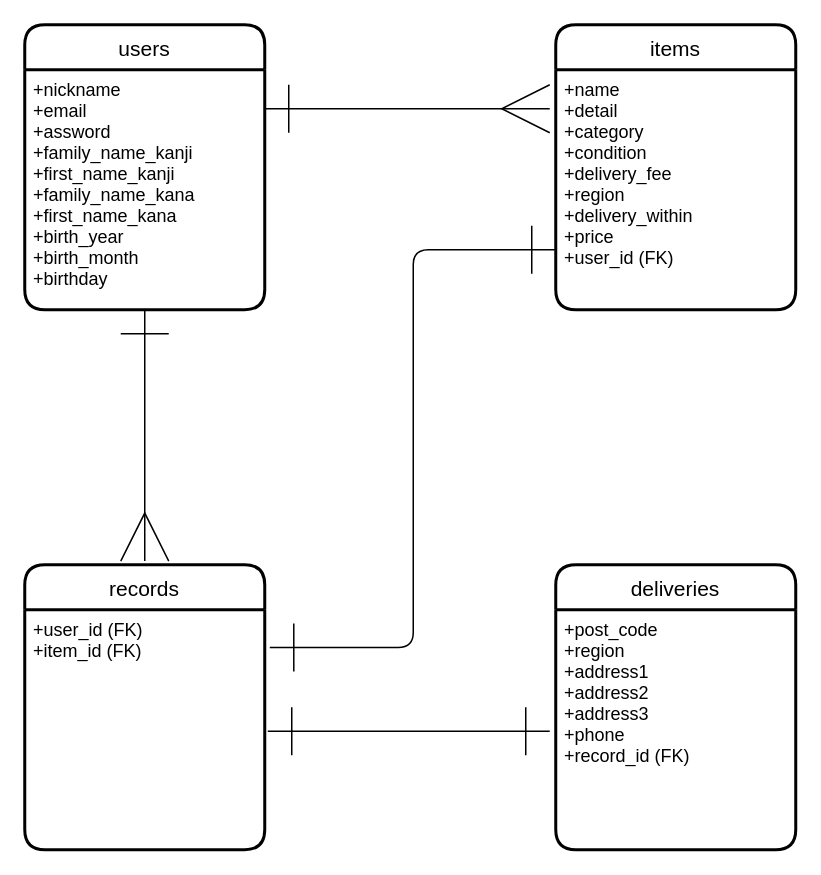
This is furima.dio from deriya-a/furima--39154, a draw.io file, before an edit. Source tidied: cells renumbered, new cells numbered last; positions are measured from the earlier drawing's top-left corner, leaving out a move shared by most shapes. Both pictures are drawn from the tidied source at 150%, with x=0, y=0 at pixel (24, 24).
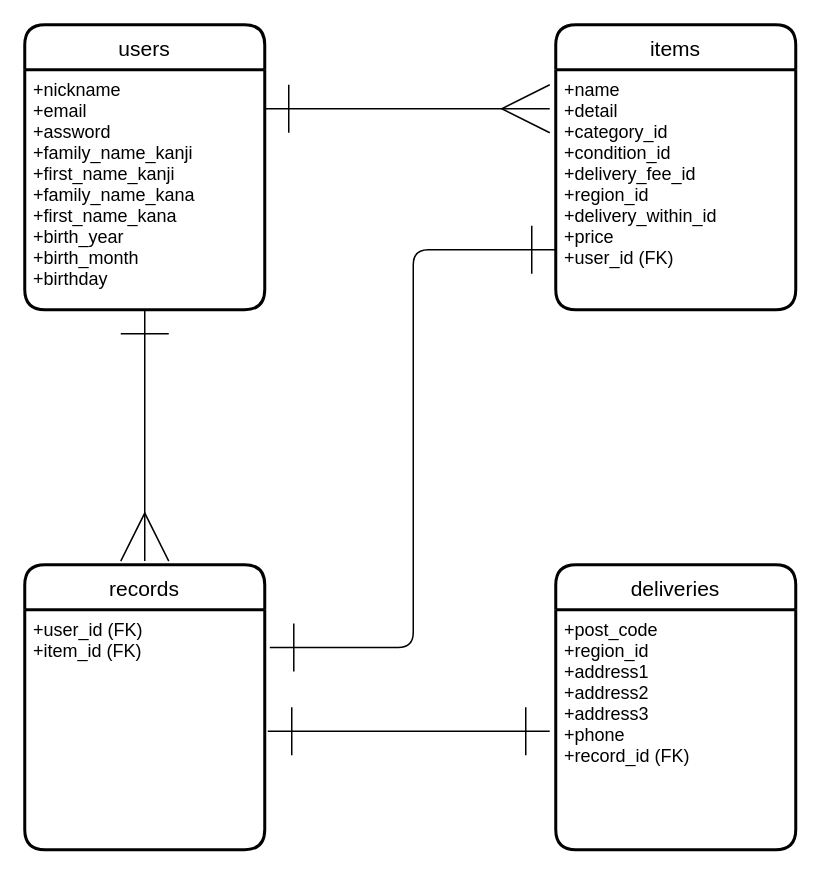
The same page after the edit.

Diff of the diagram source:
```diff
@@
 <mxGraphModel>
   <root>
     <mxCell id="0" />
     <mxCell id="1" parent="0" />
     <mxCell id="2" value="records" style="swimlane;horizontal=1;startSize=30;rounded=1;fontSize=14;fontStyle=0;strokeWidth=2;shadow=0;dashed=0;align=center;" parent="1" vertex="1">
       <mxGeometry y="360" width="160" height="190" as="geometry" />
     </mxCell>
     <mxCell id="3" value="+user_id (FK)&#10;+item_id (FK)" style="align=left;strokeColor=none;fillColor=none;spacingLeft=4;fontSize=12;verticalAlign=top;" parent="2" vertex="1">
       <mxGeometry y="30" width="160" height="160" as="geometry" />
     </mxCell>
     <mxCell id="4" value="deliveries" style="swimlane;horizontal=1;startSize=30;rounded=1;fontSize=14;fontStyle=0;strokeWidth=2;shadow=0;dashed=0;align=center;" parent="1" vertex="1">
       <mxGeometry x="354" y="360" width="160" height="190" as="geometry" />
     </mxCell>
-    <mxCell id="5" value="+post_code&#10;+region&#10;+address1&#10;+address2&#10;+address3&#10;+phone&#10;+record_id (FK)" style="align=left;strokeColor=none;fillColor=none;spacingLeft=4;fontSize=12;verticalAlign=top;" parent="4" vertex="1">
+    <mxCell id="5" value="+post_code&#10;+region_id&#10;+address1&#10;+address2&#10;+address3&#10;+phone&#10;+record_id (FK)" style="align=left;strokeColor=none;fillColor=none;spacingLeft=4;fontSize=12;verticalAlign=top;" parent="4" vertex="1">
       <mxGeometry y="30" width="160" height="160" as="geometry" />
     </mxCell>
     <mxCell id="6" value="users" style="swimlane;horizontal=1;startSize=30;rounded=1;fontSize=14;fontStyle=0;strokeWidth=2;shadow=0;dashed=0;align=center;" parent="1" vertex="1">
       <mxGeometry width="160" height="190" as="geometry" />
     </mxCell>
     <mxCell id="7" value="+nickname&#10;+email&#10;+assword&#10;+family_name_kanji&#10;+first_name_kanji&#10;+family_name_kana&#10;+first_name_kana&#10;+birth_year&#10;+birth_month&#10;+birthday" style="align=left;strokeColor=none;fillColor=none;spacingLeft=4;fontSize=12;verticalAlign=top;" parent="6" vertex="1">
       <mxGeometry y="30" width="160" height="160" as="geometry" />
     </mxCell>
     <mxCell id="8" value="items" style="swimlane;horizontal=1;startSize=30;rounded=1;fontSize=14;fontStyle=0;strokeWidth=2;shadow=0;dashed=0;align=center;" parent="1" vertex="1">
       <mxGeometry x="354" width="160" height="190" as="geometry" />
     </mxCell>
-    <mxCell id="9" value="+name&#10;+detail&#10;+category&#10;+condition&#10;+delivery_fee&#10;+region&#10;+delivery_within&#10;+price&#10;+user_id (FK)" style="align=left;strokeColor=none;fillColor=none;spacingLeft=4;fontSize=12;verticalAlign=top;" parent="8" vertex="1">
+    <mxCell id="9" value="+name&#10;+detail&#10;+category_id&#10;+condition_id&#10;+delivery_fee_id&#10;+region_id&#10;+delivery_within_id&#10;+price&#10;+user_id (FK)" style="align=left;strokeColor=none;fillColor=none;spacingLeft=4;fontSize=12;verticalAlign=top;" parent="8" vertex="1">
       <mxGeometry y="30" width="160" height="160" as="geometry" />
     </mxCell>
     <mxCell id="10" style="edgeStyle=none;html=1;endArrow=ERmany;endFill=0;endSize=30;startArrow=ERone;startFill=0;sourcePerimeterSpacing=0;startSize=30;" parent="1" edge="1">
       <mxGeometry relative="1" as="geometry">
         <mxPoint x="160" y="56" as="sourcePoint" />
         <mxPoint x="350" y="56" as="targetPoint" />
       </mxGeometry>
     </mxCell>
     <mxCell id="11" style="edgeStyle=none;html=1;startArrow=ERone;startFill=0;endArrow=ERmany;endFill=0;startSize=30;endSize=30;sourcePerimeterSpacing=0;entryX=0.5;entryY=-0.013;entryDx=0;entryDy=0;entryPerimeter=0;" parent="1" edge="1" source="7" target="2">
       <mxGeometry relative="1" as="geometry" />
     </mxCell>
     <mxCell id="12" style="edgeStyle=elbowEdgeStyle;html=1;startArrow=ERone;startFill=0;endArrow=ERone;endFill=0;startSize=30;endSize=30;sourcePerimeterSpacing=0;exitX=1.021;exitY=0.157;exitDx=0;exitDy=0;exitPerimeter=0;entryX=0;entryY=0.75;entryDx=0;entryDy=0;" parent="1" edge="1" source="3" target="9">
       <mxGeometry relative="1" as="geometry" />
     </mxCell>
     <mxCell id="13" style="html=1;startArrow=ERone;startFill=0;endArrow=ERone;endFill=0;startSize=30;endSize=30;sourcePerimeterSpacing=0;" parent="1" edge="1">
       <mxGeometry relative="1" as="geometry">
         <mxPoint x="162" y="471" as="sourcePoint" />
         <mxPoint x="350" y="471" as="targetPoint" />
       </mxGeometry>
     </mxCell>
   </root>
 </mxGraphModel>
```
